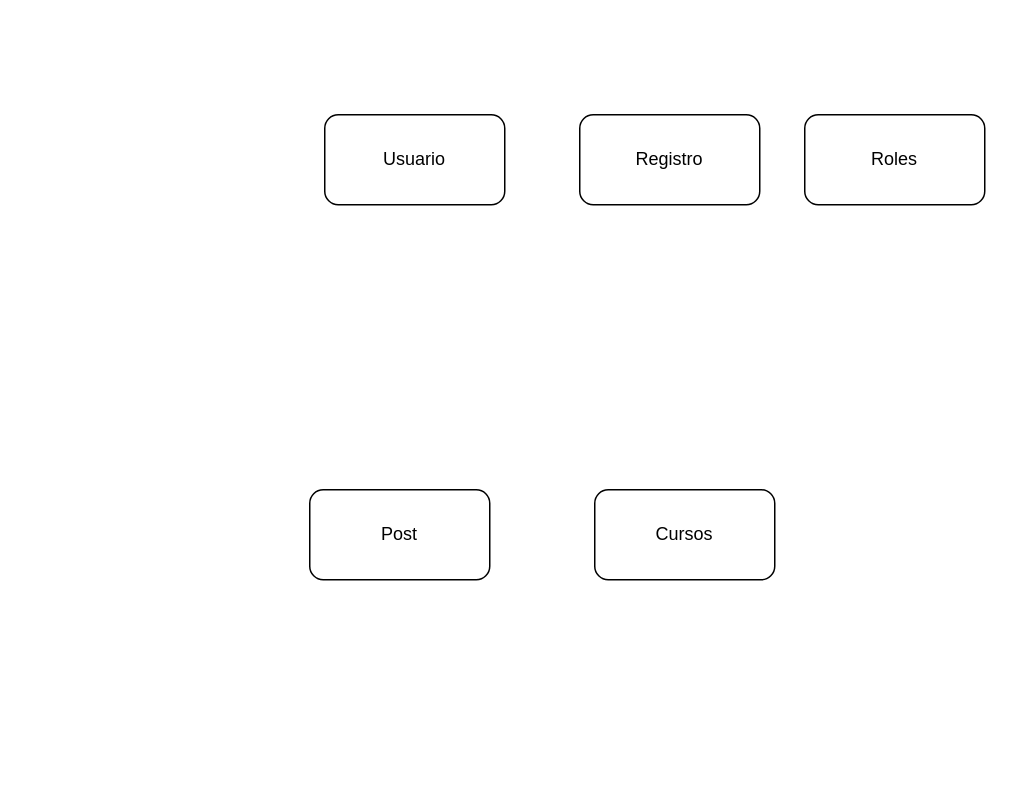
The draw.io diagram ModeloEntidadRelacion.drawio in usyeimar/data-learning, before the edit. Source tidied: cells renumbered, new cells numbered last; positions are measured from the earlier drawing's top-left corner, leaving out a move shared by most shapes. Both pictures are drawn from the tidied source at 150%, with x=0, y=0 at pixel (309, 114).
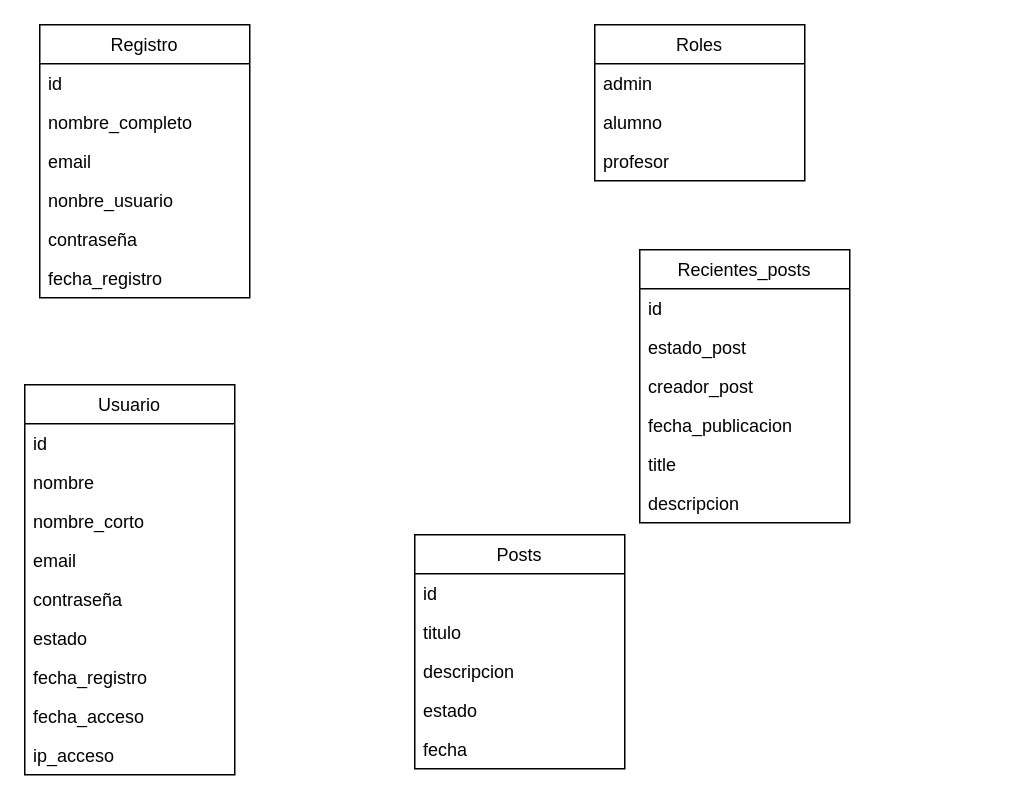
The same page after the edit.

Commit message:
Se creo el modelado de base de datos.

Diff of the diagram source:
```diff
@@
-    <mxCell id="2" value="Usuario" style="rounded=1;whiteSpace=wrap;html=1;" parent="1" vertex="1">
-      <mxGeometry x="10" width="120" height="60" as="geometry" />
-    </mxCell>
+    <mxCell id="6" value="Usuario" style="swimlane;fontStyle=0;horizontal=1;startSize=26;fillColor=none;" parent="1" vertex="1">
+      <mxGeometry x="-190" y="180" width="140" height="260" as="geometry" />
+    </mxCell>
+    <mxCell id="7" value="id" style="text;strokeColor=none;fillColor=none;align=left;verticalAlign=top;spacingLeft=4;spacingRight=4;overflow=hidden;" parent="6" vertex="1">
+      <mxGeometry y="26" width="140" height="26" as="geometry" />
+    </mxCell>
+    <mxCell id="8" value="nombre" style="text;strokeColor=none;fillColor=none;align=left;verticalAlign=top;spacingLeft=4;spacingRight=4;overflow=hidden;" parent="6" vertex="1">
+      <mxGeometry y="52" width="140" height="26" as="geometry" />
+    </mxCell>
+    <mxCell id="9" value="nombre_corto" style="text;strokeColor=none;fillColor=none;align=left;verticalAlign=top;spacingLeft=4;spacingRight=4;overflow=hidden;" parent="6" vertex="1">
+      <mxGeometry y="78" width="140" height="26" as="geometry" />
+    </mxCell>
+    <mxCell id="10" value="email" style="text;strokeColor=none;fillColor=none;align=left;verticalAlign=top;spacingLeft=4;spacingRight=4;overflow=hidden;" parent="6" vertex="1">
+      <mxGeometry y="104" width="140" height="26" as="geometry" />
+    </mxCell>
+    <mxCell id="11" value="contraseña" style="text;strokeColor=none;fillColor=none;align=left;verticalAlign=top;spacingLeft=4;spacingRight=4;overflow=hidden;" parent="6" vertex="1">
+      <mxGeometry y="130" width="140" height="26" as="geometry" />
+    </mxCell>
+    <mxCell id="12" value="estado" style="text;strokeColor=none;fillColor=none;align=left;verticalAlign=top;spacingLeft=4;spacingRight=4;overflow=hidden;" parent="6" vertex="1">
+      <mxGeometry y="156" width="140" height="26" as="geometry" />
+    </mxCell>
+    <mxCell id="13" value="fecha_registro" style="text;strokeColor=none;fillColor=none;align=left;verticalAlign=top;spacingLeft=4;spacingRight=4;overflow=hidden;" parent="6" vertex="1">
+      <mxGeometry y="182" width="140" height="26" as="geometry" />
+    </mxCell>
+    <mxCell id="14" value="fecha_acceso" style="text;strokeColor=none;fillColor=none;align=left;verticalAlign=top;spacingLeft=4;spacingRight=4;overflow=hidden;" parent="6" vertex="1">
+      <mxGeometry y="208" width="140" height="26" as="geometry" />
+    </mxCell>
+    <mxCell id="15" value="ip_acceso" style="text;strokeColor=none;fillColor=none;align=left;verticalAlign=top;spacingLeft=4;spacingRight=4;overflow=hidden;" parent="6" vertex="1">
+      <mxGeometry y="234" width="140" height="26" as="geometry" />
+    </mxCell>
+    <mxCell id="16" value="Posts" style="swimlane;fontStyle=0;horizontal=1;startSize=26;fillColor=none;" parent="1" vertex="1">
+      <mxGeometry x="70" y="280" width="140" height="156" as="geometry" />
+    </mxCell>
+    <mxCell id="17" value="id" style="text;strokeColor=none;fillColor=none;align=left;verticalAlign=top;spacingLeft=4;spacingRight=4;overflow=hidden;" parent="16" vertex="1">
+      <mxGeometry y="26" width="140" height="26" as="geometry" />
+    </mxCell>
+    <mxCell id="18" value="titulo" style="text;strokeColor=none;fillColor=none;align=left;verticalAlign=top;spacingLeft=4;spacingRight=4;overflow=hidden;" parent="16" vertex="1">
+      <mxGeometry y="52" width="140" height="26" as="geometry" />
+    </mxCell>
+    <mxCell id="19" value="descripcion" style="text;strokeColor=none;fillColor=none;align=left;verticalAlign=top;spacingLeft=4;spacingRight=4;overflow=hidden;" parent="16" vertex="1">
+      <mxGeometry y="78" width="140" height="26" as="geometry" />
+    </mxCell>
+    <mxCell id="20" value="estado" style="text;strokeColor=none;fillColor=none;align=left;verticalAlign=top;spacingLeft=4;spacingRight=4;overflow=hidden;" parent="16" vertex="1">
+      <mxGeometry y="104" width="140" height="26" as="geometry" />
+    </mxCell>
+    <mxCell id="21" value="fecha" style="text;strokeColor=none;fillColor=none;align=left;verticalAlign=top;spacingLeft=4;spacingRight=4;overflow=hidden;" parent="16" vertex="1">
+      <mxGeometry y="130" width="140" height="26" as="geometry" />
+    </mxCell>
-    <mxCell id="3" value="Registro" style="rounded=1;whiteSpace=wrap;html=1;" parent="1" vertex="1">
-      <mxGeometry x="180" width="120" height="60" as="geometry" />
+    <mxCell id="3" value="Registro" style="swimlane;fontStyle=0;horizontal=1;startSize=26;fillColor=none;" parent="1" vertex="1">
+      <mxGeometry x="-180" y="-60" width="140" height="182" as="geometry" />
     </mxCell>
-    <mxCell id="4" value="Cursos" style="rounded=1;whiteSpace=wrap;html=1;" parent="1" vertex="1">
-      <mxGeometry x="190" y="250" width="120" height="60" as="geometry" />
-    </mxCell>
+    <mxCell id="22" value="id" style="text;strokeColor=none;fillColor=none;align=left;verticalAlign=top;spacingLeft=4;spacingRight=4;overflow=hidden;" parent="3" vertex="1">
+      <mxGeometry y="26" width="140" height="26" as="geometry" />
+    </mxCell>
+    <mxCell id="23" value="nombre_completo" style="text;strokeColor=none;fillColor=none;align=left;verticalAlign=top;spacingLeft=4;spacingRight=4;overflow=hidden;" parent="3" vertex="1">
+      <mxGeometry y="52" width="140" height="26" as="geometry" />
+    </mxCell>
+    <mxCell id="24" value="email" style="text;strokeColor=none;fillColor=none;align=left;verticalAlign=top;spacingLeft=4;spacingRight=4;overflow=hidden;" parent="3" vertex="1">
+      <mxGeometry y="78" width="140" height="26" as="geometry" />
+    </mxCell>
+    <mxCell id="25" value="nonbre_usuario" style="text;strokeColor=none;fillColor=none;align=left;verticalAlign=top;spacingLeft=4;spacingRight=4;overflow=hidden;" parent="3" vertex="1">
+      <mxGeometry y="104" width="140" height="26" as="geometry" />
+    </mxCell>
+    <mxCell id="26" value="contraseña" style="text;strokeColor=none;fillColor=none;align=left;verticalAlign=top;spacingLeft=4;spacingRight=4;overflow=hidden;" parent="3" vertex="1">
+      <mxGeometry y="130" width="140" height="26" as="geometry" />
+    </mxCell>
+    <mxCell id="27" value="fecha_registro" style="text;strokeColor=none;fillColor=none;align=left;verticalAlign=top;spacingLeft=4;spacingRight=4;overflow=hidden;" parent="3" vertex="1">
+      <mxGeometry y="156" width="140" height="26" as="geometry" />
+    </mxCell>
-    <mxCell id="5" value="Roles" style="rounded=1;whiteSpace=wrap;html=1;" parent="1" vertex="1">
-      <mxGeometry x="330" width="120" height="60" as="geometry" />
+    <mxCell id="5" value="Roles" style="swimlane;fontStyle=0;horizontal=1;startSize=26;fillColor=none;" parent="1" vertex="1">
+      <mxGeometry x="190" y="-60" width="140" height="104" as="geometry" />
     </mxCell>
-    <mxCell id="6" value="Post" style="rounded=1;whiteSpace=wrap;html=1;" parent="1" vertex="1">
-      <mxGeometry y="250" width="120" height="60" as="geometry" />
-    </mxCell>
+    <mxCell id="28" value="admin" style="text;strokeColor=none;fillColor=none;align=left;verticalAlign=top;spacingLeft=4;spacingRight=4;overflow=hidden;" parent="5" vertex="1">
+      <mxGeometry y="26" width="140" height="26" as="geometry" />
+    </mxCell>
+    <mxCell id="29" value="alumno" style="text;strokeColor=none;fillColor=none;align=left;verticalAlign=top;spacingLeft=4;spacingRight=4;overflow=hidden;" parent="5" vertex="1">
+      <mxGeometry y="52" width="140" height="26" as="geometry" />
+    </mxCell>
+    <mxCell id="30" value="profesor" style="text;strokeColor=none;fillColor=none;align=left;verticalAlign=top;spacingLeft=4;spacingRight=4;overflow=hidden;" parent="5" vertex="1">
+      <mxGeometry y="78" width="140" height="26" as="geometry" />
+    </mxCell>
+    <mxCell id="31" value="Recientes_posts" style="swimlane;fontStyle=0;horizontal=1;startSize=26;fillColor=none;" parent="1" vertex="1">
+      <mxGeometry x="220" y="90" width="140" height="182" as="geometry" />
+    </mxCell>
+    <mxCell id="32" value="id" style="text;strokeColor=none;fillColor=none;align=left;verticalAlign=top;spacingLeft=4;spacingRight=4;overflow=hidden;" parent="31" vertex="1">
+      <mxGeometry y="26" width="140" height="26" as="geometry" />
+    </mxCell>
+    <mxCell id="33" value="estado_post" style="text;strokeColor=none;fillColor=none;align=left;verticalAlign=top;spacingLeft=4;spacingRight=4;overflow=hidden;" parent="31" vertex="1">
+      <mxGeometry y="52" width="140" height="26" as="geometry" />
+    </mxCell>
+    <mxCell id="34" value="creador_post" style="text;strokeColor=none;fillColor=none;align=left;verticalAlign=top;spacingLeft=4;spacingRight=4;overflow=hidden;" parent="31" vertex="1">
+      <mxGeometry y="78" width="140" height="26" as="geometry" />
+    </mxCell>
+    <mxCell id="35" value="fecha_publicacion" style="text;strokeColor=none;fillColor=none;align=left;verticalAlign=top;spacingLeft=4;spacingRight=4;overflow=hidden;" parent="31" vertex="1">
+      <mxGeometry y="104" width="140" height="26" as="geometry" />
+    </mxCell>
+    <mxCell id="36" value="title" style="text;strokeColor=none;fillColor=none;align=left;verticalAlign=top;spacingLeft=4;spacingRight=4;overflow=hidden;" parent="31" vertex="1">
+      <mxGeometry y="130" width="140" height="26" as="geometry" />
+    </mxCell>
+    <mxCell id="37" value="descripcion" style="text;strokeColor=none;fillColor=none;align=left;verticalAlign=top;spacingLeft=4;spacingRight=4;overflow=hidden;" parent="31" vertex="1">
+      <mxGeometry y="156" width="140" height="26" as="geometry" />
+    </mxCell>
```
